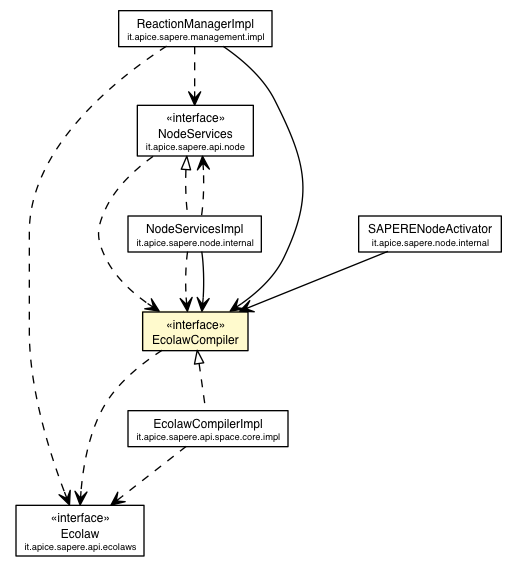
DanySK/Legacy-Contessi-Thesis-Semantic-Web-SAPERE keeps this Graphviz diagram as deployed-site/apidocs/it/apice/sapere/api/space/core/EcolawCompiler.png. Above is the earlier version. Its source is kept beside it as deployed-site/apidocs/it/apice/sapere/api/space/core/EcolawCompiler.dot.
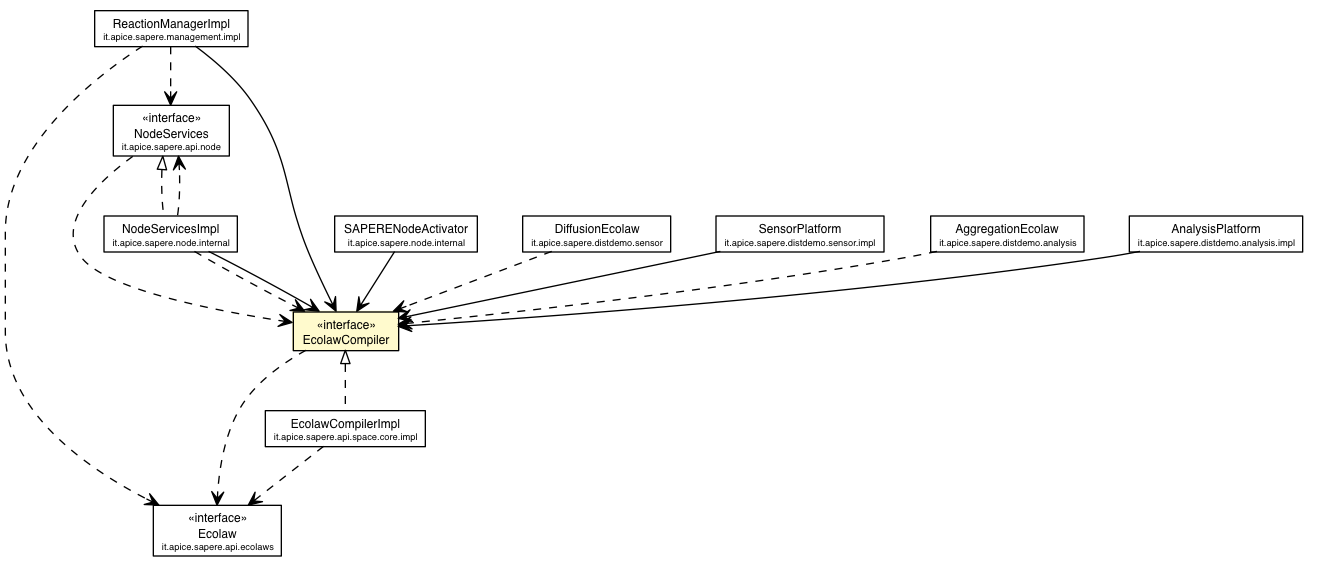
After the change.

The edit, as a diff of the source:
```diff
@@ -2,60 +2,88 @@
 digraph G {
 	edge [fontname="Helvetica",fontsize=10,labelfontname="Helvetica",labelfontsize=10];
 	node [fontname="Helvetica",fontsize=10,shape=plaintext];
-	c38956 [label=<<table border="0" cellborder="1" cellspacing="0" cellpadding="2" port="p" href="../../ecolaws/Ecolaw.html">
+	c44634 [label=<<table border="0" cellborder="1" cellspacing="0" cellpadding="2" port="p" href="../../ecolaws/Ecolaw.html">
 		<tr><td><table border="0" cellspacing="0" cellpadding="1">
 			<tr><td> &laquo;interface&raquo; </td></tr>
 			<tr><td> Ecolaw </td></tr>
 			<tr><td><font point-size="7.0"> it.apice.sapere.api.ecolaws </font></td></tr>
 		</table></td></tr>
 		</table>>, fontname="Helvetica", fontcolor="black", fontsize=9.0];
-	c39033 [label=<<table border="0" cellborder="1" cellspacing="0" cellpadding="2" port="p" href="../../node/NodeServices.html">
+	c44711 [label=<<table border="0" cellborder="1" cellspacing="0" cellpadding="2" port="p" href="../../node/NodeServices.html">
 		<tr><td><table border="0" cellspacing="0" cellpadding="1">
 			<tr><td> &laquo;interface&raquo; </td></tr>
 			<tr><td> NodeServices </td></tr>
 			<tr><td><font point-size="7.0"> it.apice.sapere.api.node </font></td></tr>
 		</table></td></tr>
 		</table>>, fontname="Helvetica", fontcolor="black", fontsize=9.0];
-	c39036 [label=<<table border="0" cellborder="1" cellspacing="0" cellpadding="2" port="p" bgcolor="lemonChiffon" href="./EcolawCompiler.html">
+	c44714 [label=<<table border="0" cellborder="1" cellspacing="0" cellpadding="2" port="p" bgcolor="lemonChiffon" href="./EcolawCompiler.html">
 		<tr><td><table border="0" cellspacing="0" cellpadding="1">
 			<tr><td> &laquo;interface&raquo; </td></tr>
 			<tr><td> EcolawCompiler </td></tr>
 		</table></td></tr>
 		</table>>, fontname="Helvetica", fontcolor="black", fontsize=9.0];
-	c39115 [label=<<table border="0" cellborder="1" cellspacing="0" cellpadding="2" port="p" href="./impl/EcolawCompilerImpl.html">
+	c44793 [label=<<table border="0" cellborder="1" cellspacing="0" cellpadding="2" port="p" href="./impl/EcolawCompilerImpl.html">
 		<tr><td><table border="0" cellspacing="0" cellpadding="1">
 			<tr><td> EcolawCompilerImpl </td></tr>
 			<tr><td><font point-size="7.0"> it.apice.sapere.api.space.core.impl </font></td></tr>
 		</table></td></tr>
 		</table>>, fontname="Helvetica", fontcolor="black", fontsize=9.0];
-	c39137 [label=<<table border="0" cellborder="1" cellspacing="0" cellpadding="2" port="p" href="../../../management/impl/ReactionManagerImpl.html">
+	c44815 [label=<<table border="0" cellborder="1" cellspacing="0" cellpadding="2" port="p" href="../../../management/impl/ReactionManagerImpl.html">
 		<tr><td><table border="0" cellspacing="0" cellpadding="1">
 			<tr><td> ReactionManagerImpl </td></tr>
 			<tr><td><font point-size="7.0"> it.apice.sapere.management.impl </font></td></tr>
 		</table></td></tr>
 		</table>>, fontname="Helvetica", fontcolor="black", fontsize=9.0];
-	c39146 [label=<<table border="0" cellborder="1" cellspacing="0" cellpadding="2" port="p" href="../../../node/internal/SAPERENodeActivator.html">
+	c44824 [label=<<table border="0" cellborder="1" cellspacing="0" cellpadding="2" port="p" href="../../../node/internal/SAPERENodeActivator.html">
 		<tr><td><table border="0" cellspacing="0" cellpadding="1">
 			<tr><td> SAPERENodeActivator </td></tr>
 			<tr><td><font point-size="7.0"> it.apice.sapere.node.internal </font></td></tr>
 		</table></td></tr>
 		</table>>, fontname="Helvetica", fontcolor="black", fontsize=9.0];
-	c39147 [label=<<table border="0" cellborder="1" cellspacing="0" cellpadding="2" port="p" href="../../../node/internal/NodeServicesImpl.html">
+	c44825 [label=<<table border="0" cellborder="1" cellspacing="0" cellpadding="2" port="p" href="../../../node/internal/NodeServicesImpl.html">
 		<tr><td><table border="0" cellspacing="0" cellpadding="1">
 			<tr><td> NodeServicesImpl </td></tr>
 			<tr><td><font point-size="7.0"> it.apice.sapere.node.internal </font></td></tr>
 		</table></td></tr>
 		</table>>, fontname="Helvetica", fontcolor="black", fontsize=9.0];
-	c39036:p -> c39115:p [dir=back,arrowtail=empty,style=dashed];
-	c39033:p -> c39147:p [dir=back,arrowtail=empty,style=dashed];
-	c39137:p -> c39036:p [taillabel="", label="", headlabel="", fontname="Helvetica", fontcolor="black", fontsize=10.0, color="black", arrowhead=open];
-	c39146:p -> c39036:p [taillabel="", label="", headlabel="", fontname="Helvetica", fontcolor="black", fontsize=10.0, color="black", arrowhead=open];
-	c39147:p -> c39036:p [taillabel="", label="", headlabel="", fontname="Helvetica", fontcolor="black", fontsize=10.0, color="black", arrowhead=open];
-	c39033:p -> c39036:p [taillabel="", label="", headlabel="", fontname="Helvetica", fontcolor="black", fontsize=10.0, color="black", arrowhead=open, style=dashed];
-	c39036:p -> c38956:p [taillabel="", label="", headlabel="", fontname="Helvetica", fontcolor="black", fontsize=10.0, color="black", arrowhead=open, style=dashed];
-	c39115:p -> c38956:p [taillabel="", label="", headlabel="", fontname="Helvetica", fontcolor="black", fontsize=10.0, color="black", arrowhead=open, style=dashed];
-	c39137:p -> c38956:p [taillabel="", label="", headlabel="", fontname="Helvetica", fontcolor="black", fontsize=10.0, color="black", arrowhead=open, style=dashed];
-	c39137:p -> c39033:p [taillabel="", label="", headlabel="", fontname="Helvetica", fontcolor="black", fontsize=10.0, color="black", arrowhead=open, style=dashed];
-	c39147:p -> c39036:p [taillabel="", label="", headlabel="", fontname="Helvetica", fontcolor="black", fontsize=10.0, color="black", arrowhead=open, style=dashed];
-	c39147:p -> c39033:p [taillabel="", label="", headlabel="", fontname="Helvetica", fontcolor="black", fontsize=10.0, color="black", arrowhead=open, style=dashed];
+	c44865 [label=<<table border="0" cellborder="1" cellspacing="0" cellpadding="2" port="p" href="../../../distdemo/sensor/DiffusionEcolaw.html">
+		<tr><td><table border="0" cellspacing="0" cellpadding="1">
+			<tr><td> DiffusionEcolaw </td></tr>
+			<tr><td><font point-size="7.0"> it.apice.sapere.distdemo.sensor </font></td></tr>
+		</table></td></tr>
+		</table>>, fontname="Helvetica", fontcolor="black", fontsize=9.0];
+	c44867 [label=<<table border="0" cellborder="1" cellspacing="0" cellpadding="2" port="p" href="../../../distdemo/sensor/impl/SensorPlatform.html">
+		<tr><td><table border="0" cellspacing="0" cellpadding="1">
+			<tr><td> SensorPlatform </td></tr>
+			<tr><td><font point-size="7.0"> it.apice.sapere.distdemo.sensor.impl </font></td></tr>
+		</table></td></tr>
+		</table>>, fontname="Helvetica", fontcolor="black", fontsize=9.0];
+	c44870 [label=<<table border="0" cellborder="1" cellspacing="0" cellpadding="2" port="p" href="../../../distdemo/analysis/AggregationEcolaw.html">
+		<tr><td><table border="0" cellspacing="0" cellpadding="1">
+			<tr><td> AggregationEcolaw </td></tr>
+			<tr><td><font point-size="7.0"> it.apice.sapere.distdemo.analysis </font></td></tr>
+		</table></td></tr>
+		</table>>, fontname="Helvetica", fontcolor="black", fontsize=9.0];
+	c44872 [label=<<table border="0" cellborder="1" cellspacing="0" cellpadding="2" port="p" href="../../../distdemo/analysis/impl/AnalysisPlatform.html">
+		<tr><td><table border="0" cellspacing="0" cellpadding="1">
+			<tr><td> AnalysisPlatform </td></tr>
+			<tr><td><font point-size="7.0"> it.apice.sapere.distdemo.analysis.impl </font></td></tr>
+		</table></td></tr>
+		</table>>, fontname="Helvetica", fontcolor="black", fontsize=9.0];
+	c44714:p -> c44793:p [dir=back,arrowtail=empty,style=dashed];
+	c44711:p -> c44825:p [dir=back,arrowtail=empty,style=dashed];
+	c44815:p -> c44714:p [taillabel="", label="", headlabel="", fontname="Helvetica", fontcolor="black", fontsize=10.0, color="black", arrowhead=open];
+	c44824:p -> c44714:p [taillabel="", label="", headlabel="", fontname="Helvetica", fontcolor="black", fontsize=10.0, color="black", arrowhead=open];
+	c44825:p -> c44714:p [taillabel="", label="", headlabel="", fontname="Helvetica", fontcolor="black", fontsize=10.0, color="black", arrowhead=open];
+	c44867:p -> c44714:p [taillabel="", label="", headlabel="", fontname="Helvetica", fontcolor="black", fontsize=10.0, color="black", arrowhead=open];
+	c44872:p -> c44714:p [taillabel="", label="", headlabel="", fontname="Helvetica", fontcolor="black", fontsize=10.0, color="black", arrowhead=open];
+	c44711:p -> c44714:p [taillabel="", label="", headlabel="", fontname="Helvetica", fontcolor="black", fontsize=10.0, color="black", arrowhead=open, style=dashed];
+	c44714:p -> c44634:p [taillabel="", label="", headlabel="", fontname="Helvetica", fontcolor="black", fontsize=10.0, color="black", arrowhead=open, style=dashed];
+	c44793:p -> c44634:p [taillabel="", label="", headlabel="", fontname="Helvetica", fontcolor="black", fontsize=10.0, color="black", arrowhead=open, style=dashed];
+	c44815:p -> c44634:p [taillabel="", label="", headlabel="", fontname="Helvetica", fontcolor="black", fontsize=10.0, color="black", arrowhead=open, style=dashed];
+	c44815:p -> c44711:p [taillabel="", label="", headlabel="", fontname="Helvetica", fontcolor="black", fontsize=10.0, color="black", arrowhead=open, style=dashed];
+	c44825:p -> c44714:p [taillabel="", label="", headlabel="", fontname="Helvetica", fontcolor="black", fontsize=10.0, color="black", arrowhead=open, style=dashed];
+	c44825:p -> c44711:p [taillabel="", label="", headlabel="", fontname="Helvetica", fontcolor="black", fontsize=10.0, color="black", arrowhead=open, style=dashed];
+	c44865:p -> c44714:p [taillabel="", label="", headlabel="", fontname="Helvetica", fontcolor="black", fontsize=10.0, color="black", arrowhead=open, style=dashed];
+	c44870:p -> c44714:p [taillabel="", label="", headlabel="", fontname="Helvetica", fontcolor="black", fontsize=10.0, color="black", arrowhead=open, style=dashed];
 }
```
